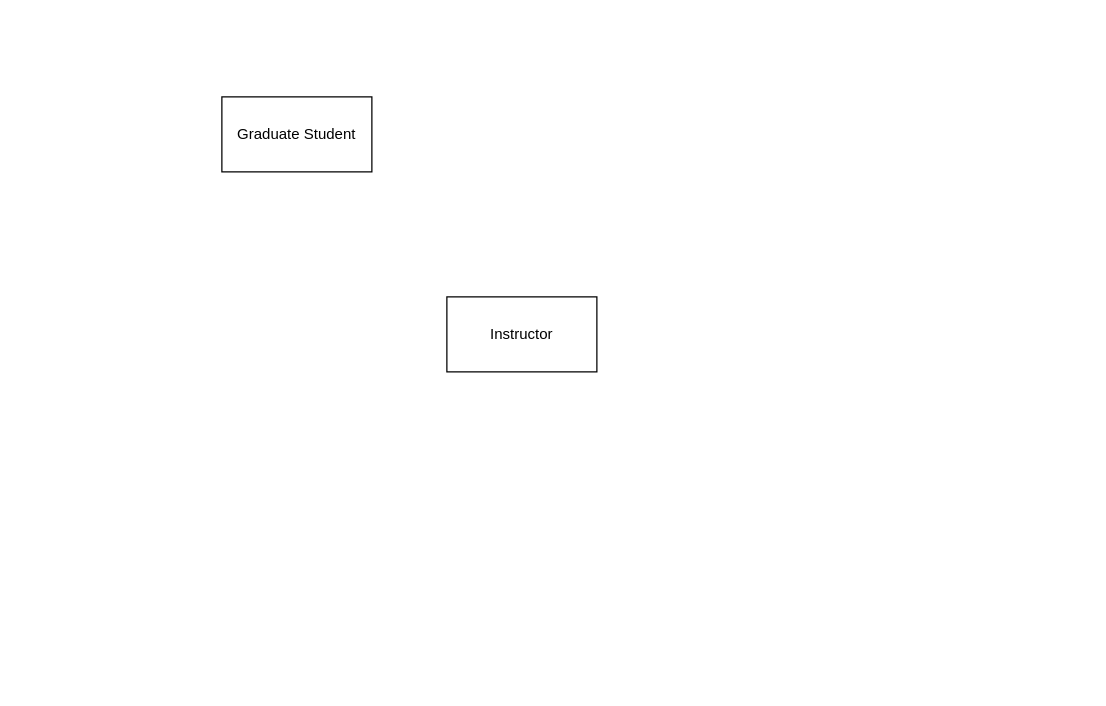
Earlier version of the draw.io diagram Untitled Diagram.drawio (jhmejia/HMLsim). Source tidied: cells renumbered, new cells numbered last; positions are measured from the earlier drawing's top-left corner, leaving out a move shared by most shapes. Both pictures are drawn from the tidied source at 125%, with x=0, y=0 at pixel (221, 96).
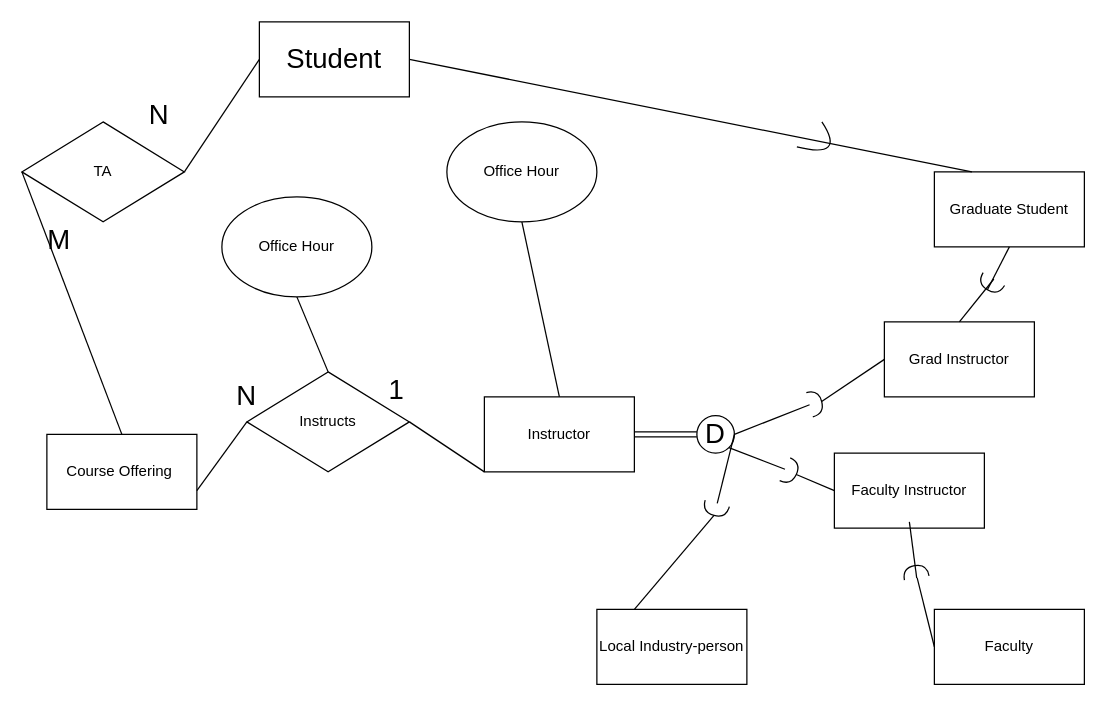
After the change.

Change to the diagram source:
```diff
@@
+    <mxCell id="4" style="rounded=0;jettySize=auto;html=1;exitX=0.5;exitY=0;exitDx=0;exitDy=0;entryX=0.5;entryY=1;entryDx=0;entryDy=0;strokeColor=default;endArrow=none;endFill=0;" parent="1" edge="1" source="2" target="9">
+      <mxGeometry relative="1" as="geometry" />
+    </mxCell>
+    <mxCell id="5" style="edgeStyle=none;rounded=0;jettySize=auto;html=1;exitX=1;exitY=0.5;exitDx=0;exitDy=0;entryX=0;entryY=0.5;entryDx=0;entryDy=0;strokeColor=default;fontSize=22;endArrow=none;endFill=0;shape=link;" parent="1" edge="1" source="2" target="18">
+      <mxGeometry relative="1" as="geometry" />
+    </mxCell>
+    <mxCell id="6" style="edgeStyle=none;rounded=0;jettySize=auto;html=1;exitX=0;exitY=1;exitDx=0;exitDy=0;entryX=1;entryY=0.5;entryDx=0;entryDy=0;strokeColor=default;fontSize=22;endArrow=none;endFill=0;" parent="1" edge="1" source="2" target="14">
+      <mxGeometry relative="1" as="geometry" />
+    </mxCell>
     <mxCell id="2" value="Instructor" style="rounded=0;whiteSpace=wrap;html=1;" parent="1" vertex="1">
-      <mxGeometry x="180" y="160" width="120" height="60" as="geometry" />
+      <mxGeometry x="210" y="240" width="120" height="60" as="geometry" />
     </mxCell>
     <mxCell id="3" value="Graduate Student" style="whiteSpace=wrap;html=1;" parent="1" vertex="1">
-      <mxGeometry width="120" height="60" as="geometry" />
+      <mxGeometry x="570" y="60" width="120" height="60" as="geometry" />
     </mxCell>
+    <mxCell id="7" value="Local Industry-person" style="rounded=0;whiteSpace=wrap;html=1;" parent="1" vertex="1">
+      <mxGeometry x="300" y="410" width="120" height="60" as="geometry" />
+    </mxCell>
+    <mxCell id="8" value="Faculty" style="rounded=0;whiteSpace=wrap;html=1;" parent="1" vertex="1">
+      <mxGeometry x="570" y="410" width="120" height="60" as="geometry" />
+    </mxCell>
+    <mxCell id="9" value="Office Hour" style="ellipse;whiteSpace=wrap;html=1;" parent="1" vertex="1">
+      <mxGeometry x="180" y="20" width="120" height="80" as="geometry" />
+    </mxCell>
+    <mxCell id="10" style="edgeStyle=none;rounded=0;jettySize=auto;html=1;exitX=0.5;exitY=0;exitDx=0;exitDy=0;entryX=0.5;entryY=1;entryDx=0;entryDy=0;strokeColor=default;fontSize=22;endArrow=none;endFill=0;" parent="1" edge="1" source="14" target="12">
+      <mxGeometry relative="1" as="geometry" />
+    </mxCell>
+    <mxCell id="11" value="Course Offering&amp;nbsp;" style="rounded=0;whiteSpace=wrap;html=1;" parent="1" vertex="1">
+      <mxGeometry x="-140" y="270" width="120" height="60" as="geometry" />
+    </mxCell>
+    <mxCell id="12" value="Office Hour" style="ellipse;whiteSpace=wrap;html=1;" parent="1" vertex="1">
+      <mxGeometry y="80" width="120" height="80" as="geometry" />
+    </mxCell>
+    <mxCell id="13" style="edgeStyle=none;rounded=0;jettySize=auto;html=1;exitX=0;exitY=0.5;exitDx=0;exitDy=0;entryX=1;entryY=0.75;entryDx=0;entryDy=0;strokeColor=default;fontSize=22;endArrow=none;endFill=0;" parent="1" edge="1" source="14" target="11">
+      <mxGeometry relative="1" as="geometry" />
+    </mxCell>
+    <mxCell id="14" value="Instructs" style="rhombus;whiteSpace=wrap;html=1;" parent="1" vertex="1">
+      <mxGeometry x="20" y="220" width="130" height="80" as="geometry" />
+    </mxCell>
+    <mxCell id="15" style="edgeStyle=none;rounded=0;jettySize=auto;html=1;exitX=1;exitY=0.5;exitDx=0;exitDy=0;entryX=0;entryY=0.5;entryDx=0;entryDy=0;strokeColor=default;fontSize=22;endArrow=none;endFill=0;startArrow=none;" parent="1" edge="1" source="37" target="30">
+      <mxGeometry relative="1" as="geometry" />
+    </mxCell>
+    <mxCell id="16" style="edgeStyle=none;rounded=0;jettySize=auto;html=1;entryX=0;entryY=0.5;entryDx=0;entryDy=0;strokeColor=default;fontSize=22;endArrow=none;endFill=0;startArrow=none;" parent="1" edge="1" source="41" target="8">
+      <mxGeometry relative="1" as="geometry" />
+    </mxCell>
+    <mxCell id="17" style="edgeStyle=none;rounded=0;jettySize=auto;html=1;exitX=1;exitY=0.5;exitDx=0;exitDy=0;entryX=0.25;entryY=0;entryDx=0;entryDy=0;strokeColor=default;fontSize=22;endArrow=none;endFill=0;startArrow=none;" parent="1" edge="1" source="31" target="7">
+      <mxGeometry relative="1" as="geometry" />
+    </mxCell>
+    <mxCell id="18" value="D" style="ellipse;whiteSpace=wrap;html=1;fontSize=22;" parent="1" vertex="1">
+      <mxGeometry x="380" y="255" width="30" height="30" as="geometry" />
+    </mxCell>
+    <mxCell id="19" style="edgeStyle=none;rounded=0;jettySize=auto;html=1;exitX=1;exitY=0.5;exitDx=0;exitDy=0;entryX=0.25;entryY=0;entryDx=0;entryDy=0;strokeColor=default;fontSize=22;endArrow=none;endFill=0;" parent="1" edge="1" source="20" target="3">
+      <mxGeometry relative="1" as="geometry" />
+    </mxCell>
+    <mxCell id="20" value="Student" style="rounded=0;whiteSpace=wrap;html=1;fontSize=22;" parent="1" vertex="1">
+      <mxGeometry x="30" y="-60" width="120" height="60" as="geometry" />
+    </mxCell>
+    <mxCell id="21" style="edgeStyle=none;rounded=0;jettySize=auto;html=1;exitX=1;exitY=0.5;exitDx=0;exitDy=0;entryX=0;entryY=0.5;entryDx=0;entryDy=0;strokeColor=default;fontSize=22;endArrow=none;endFill=0;" parent="1" edge="1" source="23" target="20">
+      <mxGeometry relative="1" as="geometry" />
+    </mxCell>
+    <mxCell id="22" style="edgeStyle=none;rounded=0;jettySize=auto;html=1;exitX=0;exitY=0.5;exitDx=0;exitDy=0;entryX=0.5;entryY=0;entryDx=0;entryDy=0;strokeColor=default;fontSize=22;endArrow=none;endFill=0;" parent="1" edge="1" source="23" target="11">
+      <mxGeometry relative="1" as="geometry" />
+    </mxCell>
+    <mxCell id="23" value="TA" style="rhombus;whiteSpace=wrap;html=1;" parent="1" vertex="1">
+      <mxGeometry x="-160" y="20" width="130" height="80" as="geometry" />
+    </mxCell>
+    <mxCell id="24" value="1" style="text;html=1;strokeColor=none;fillColor=none;align=center;verticalAlign=middle;whiteSpace=wrap;rounded=0;fontSize=22;" parent="1" vertex="1">
+      <mxGeometry x="110" y="220" width="60" height="30" as="geometry" />
+    </mxCell>
+    <mxCell id="25" value="N" style="text;html=1;strokeColor=none;fillColor=none;align=center;verticalAlign=middle;whiteSpace=wrap;rounded=0;fontSize=22;" parent="1" vertex="1">
+      <mxGeometry x="-10" y="225" width="60" height="30" as="geometry" />
+    </mxCell>
+    <mxCell id="26" value="N" style="text;html=1;strokeColor=none;fillColor=none;align=center;verticalAlign=middle;whiteSpace=wrap;rounded=0;fontSize=22;" parent="1" vertex="1">
+      <mxGeometry x="-80" width="60" height="30" as="geometry" />
+    </mxCell>
+    <mxCell id="27" value="M" style="text;html=1;strokeColor=none;fillColor=none;align=center;verticalAlign=middle;whiteSpace=wrap;rounded=0;fontSize=22;" parent="1" vertex="1">
+      <mxGeometry x="-160" y="100" width="60" height="30" as="geometry" />
+    </mxCell>
+    <mxCell id="28" style="curved=1;endArrow=none;html=1;rounded=0;strokeColor=default;fontSize=22;endFill=0;" parent="1" edge="1">
+      <mxGeometry relative="1" as="geometry">
+        <mxPoint x="460" y="40" as="sourcePoint" />
+        <mxPoint x="480" y="20" as="targetPoint" />
+        <Array as="points">
+          <mxPoint x="500" y="50" />
+          <mxPoint x="480" y="20" />
+        </Array>
+      </mxGeometry>
+    </mxCell>
+    <mxCell id="29" style="edgeStyle=none;rounded=0;jettySize=auto;html=1;entryX=0.5;entryY=1;entryDx=0;entryDy=0;strokeColor=default;fontSize=22;endArrow=none;endFill=0;startArrow=none;exitX=1;exitY=0.5;exitDx=0;exitDy=0;exitPerimeter=0;" parent="1" edge="1" source="39" target="3">
+      <mxGeometry relative="1" as="geometry" />
+    </mxCell>
+    <mxCell id="30" value="Grad Instructor" style="whiteSpace=wrap;html=1;" parent="1" vertex="1">
+      <mxGeometry x="530" y="180" width="120" height="60" as="geometry" />
+    </mxCell>
+    <mxCell id="31" style="shape=requiredInterface;html=1;verticalLabelPosition=bottom;sketch=0;fontSize=22;rotation=105;" parent="1" vertex="1">
+      <mxGeometry x="390" y="320" width="10" height="20" as="geometry" />
+    </mxCell>
+    <mxCell id="32" style="edgeStyle=none;rounded=0;jettySize=auto;html=1;exitX=1;exitY=0.5;exitDx=0;exitDy=0;entryX=0;entryY=0.5;entryDx=0;entryDy=0;strokeColor=default;fontSize=22;endArrow=none;endFill=0;" parent="1" edge="1" source="18" target="31">
+      <mxGeometry relative="1" as="geometry" />
+    </mxCell>
+    <mxCell id="33" style="edgeStyle=none;rounded=0;jettySize=auto;html=1;exitX=1;exitY=0.5;exitDx=0;exitDy=0;entryX=0;entryY=0.5;entryDx=0;entryDy=0;strokeColor=default;fontSize=22;endArrow=none;endFill=0;startArrow=none;exitPerimeter=0;" parent="1" edge="1" source="35" target="34">
+      <mxGeometry relative="1" as="geometry" />
+    </mxCell>
+    <mxCell id="34" value="Faculty Instructor" style="whiteSpace=wrap;html=1;" parent="1" vertex="1">
+      <mxGeometry x="490" y="285" width="120" height="60" as="geometry" />
+    </mxCell>
+    <mxCell id="35" style="shape=requiredInterface;html=1;verticalLabelPosition=bottom;sketch=0;fontSize=22;rotation=25;fillColor=#9999FF;" parent="1" vertex="1">
+      <mxGeometry x="450" y="290" width="10" height="20" as="geometry" />
+    </mxCell>
+    <mxCell id="36" style="edgeStyle=none;rounded=0;jettySize=auto;html=1;exitX=1;exitY=1;exitDx=0;exitDy=0;entryX=0;entryY=0.5;entryDx=0;entryDy=0;strokeColor=default;fontSize=22;endArrow=none;endFill=0;" parent="1" edge="1" source="18" target="35">
+      <mxGeometry relative="1" as="geometry" />
+    </mxCell>
+    <mxCell id="37" style="shape=requiredInterface;html=1;verticalLabelPosition=bottom;sketch=0;fontSize=22;rotation=-15;fillColor=#9999FF;" parent="1" vertex="1">
+      <mxGeometry x="470" y="235" width="10" height="20" as="geometry" />
+    </mxCell>
+    <mxCell id="38" style="edgeStyle=none;rounded=0;jettySize=auto;html=1;exitX=1;exitY=0.5;exitDx=0;exitDy=0;entryX=0;entryY=0.5;entryDx=0;entryDy=0;strokeColor=default;fontSize=22;endArrow=none;endFill=0;" parent="1" edge="1" source="18" target="37">
+      <mxGeometry relative="1" as="geometry" />
+    </mxCell>
+    <mxCell id="39" style="shape=requiredInterface;html=1;verticalLabelPosition=bottom;sketch=0;fontSize=22;rotation=121;fillColor=#9999FF;" parent="1" vertex="1">
+      <mxGeometry x="610" y="140" width="10" height="20" as="geometry" />
+    </mxCell>
+    <mxCell id="40" style="edgeStyle=none;rounded=0;jettySize=auto;html=1;exitX=0.5;exitY=0;exitDx=0;exitDy=0;entryX=0;entryY=0.5;entryDx=0;entryDy=0;strokeColor=default;fontSize=22;endArrow=none;endFill=0;entryPerimeter=0;" parent="1" edge="1" source="30" target="39">
+      <mxGeometry relative="1" as="geometry" />
+    </mxCell>
+    <mxCell id="41" style="shape=requiredInterface;html=1;verticalLabelPosition=bottom;sketch=0;fontSize=22;rotation=-100;fillColor=#9999FF;" parent="1" vertex="1">
+      <mxGeometry x="550" y="370" width="10" height="20" as="geometry" />
+    </mxCell>
+    <mxCell id="42" style="edgeStyle=none;rounded=0;jettySize=auto;html=1;entryX=0;entryY=0.5;entryDx=0;entryDy=0;strokeColor=default;fontSize=22;endArrow=none;endFill=0;startArrow=none;" parent="1" edge="1" target="41">
+      <mxGeometry relative="1" as="geometry">
+        <mxPoint x="550" y="340" as="sourcePoint" />
+      </mxGeometry>
+    </mxCell>
```
